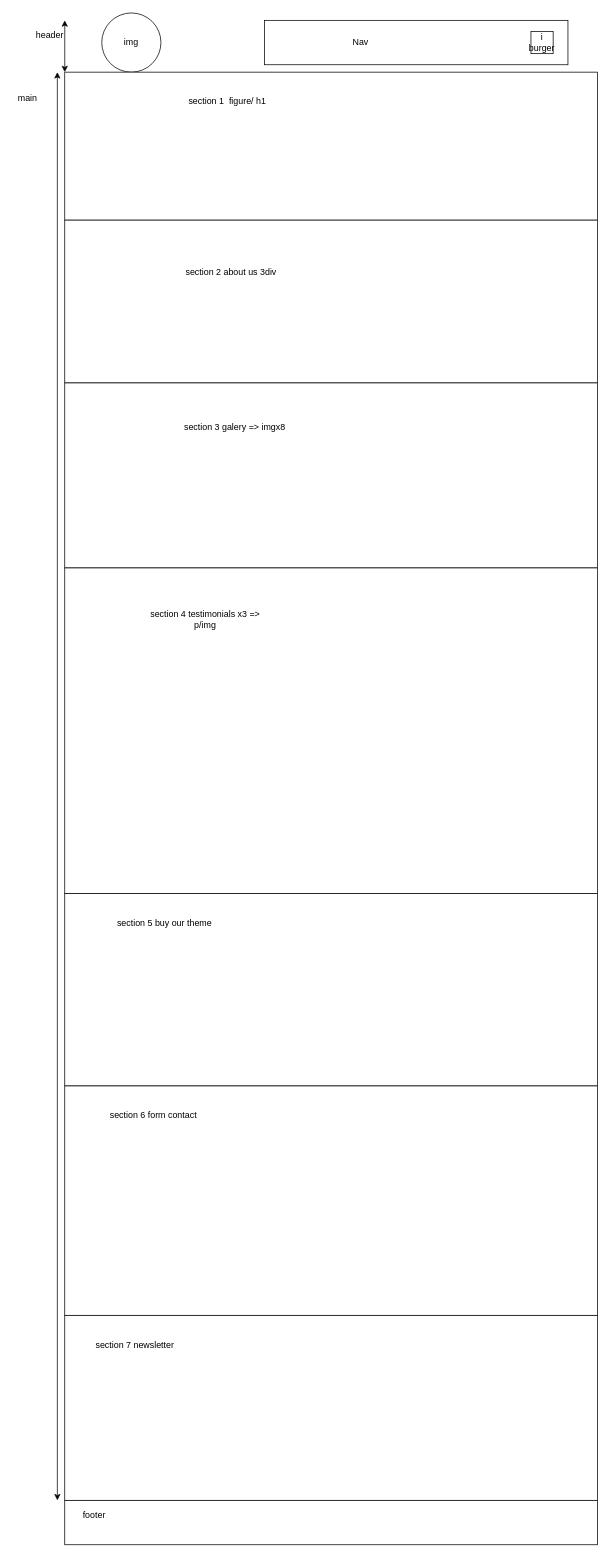
Earlier version of the draw.io diagram Untitled Diagram.drawio (Jaune-Senat/ExoVibes). Source tidied: cells renumbered, new cells numbered last; positions are measured from the earlier drawing's top-left corner, leaving out a move shared by most shapes. Both pictures are drawn from the tidied source at 74%, with x=0, y=0 at pixel (13, 13).
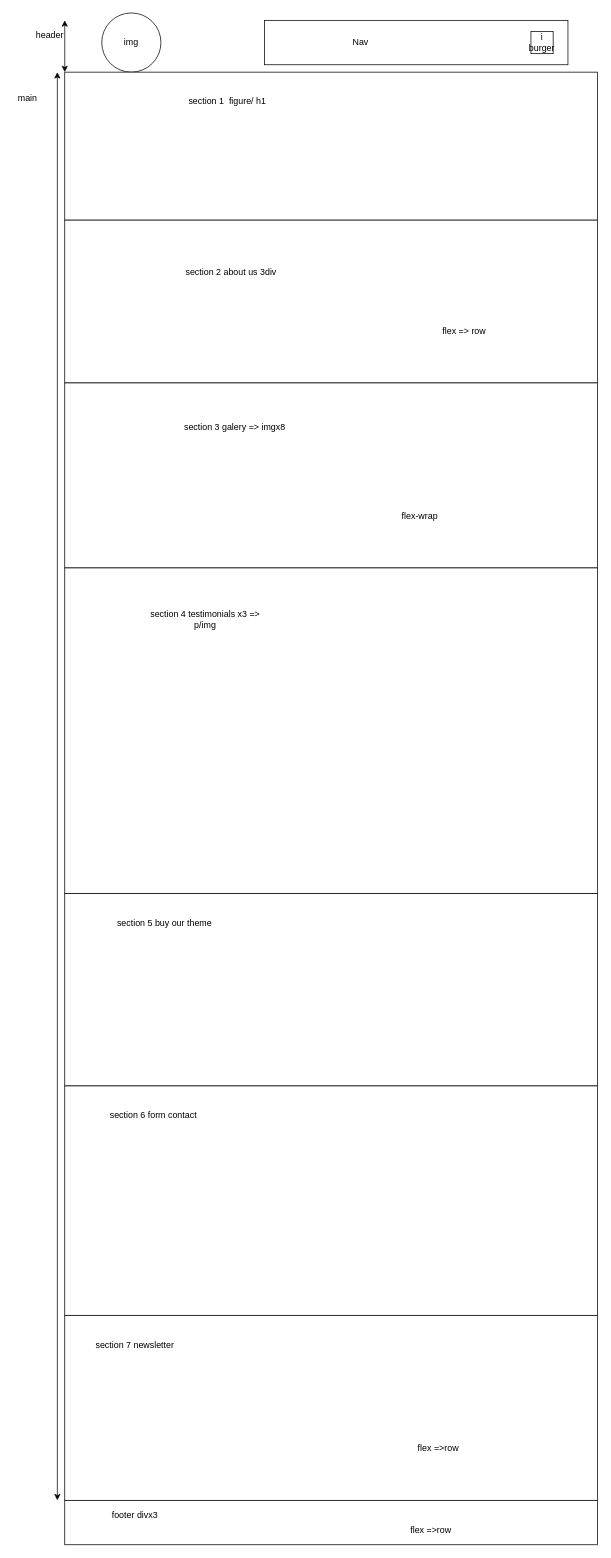
The same page after the edit.

The edit, as a diff of the source:
```diff
@@
-    <mxCell id="20" value="footer" style="text;html=1;strokeColor=none;fillColor=none;align=center;verticalAlign=middle;whiteSpace=wrap;rounded=0;" parent="1" vertex="1">
-      <mxGeometry x="90" y="2020" width="40" height="20" as="geometry" />
+    <mxCell id="20" value="footer divx3" style="text;html=1;strokeColor=none;fillColor=none;align=center;verticalAlign=middle;whiteSpace=wrap;rounded=0;" parent="1" vertex="1">
+      <mxGeometry x="90" y="2020" width="150" height="20" as="geometry" />
     </mxCell>
@@
+    <mxCell id="26" value="&lt;div&gt;flex-wrap&lt;/div&gt;" style="text;html=1;strokeColor=none;fillColor=none;align=center;verticalAlign=middle;whiteSpace=wrap;rounded=0;" parent="1" vertex="1">
+      <mxGeometry x="480" y="670" width="140" height="20" as="geometry" />
+    </mxCell>
+    <mxCell id="27" value="flex =&amp;gt; row" style="text;html=1;strokeColor=none;fillColor=none;align=center;verticalAlign=middle;whiteSpace=wrap;rounded=0;" parent="1" vertex="1">
+      <mxGeometry x="560" y="420" width="100" height="20" as="geometry" />
+    </mxCell>
+    <mxCell id="28" value="flex =&amp;gt;row" style="text;html=1;strokeColor=none;fillColor=none;align=center;verticalAlign=middle;whiteSpace=wrap;rounded=0;" parent="1" vertex="1">
+      <mxGeometry x="490" y="1930" width="170" height="20" as="geometry" />
+    </mxCell>
+    <mxCell id="29" value="flex =&amp;gt;row" style="text;html=1;strokeColor=none;fillColor=none;align=center;verticalAlign=middle;whiteSpace=wrap;rounded=0;" parent="1" vertex="1">
+      <mxGeometry x="480" y="2040" width="170" height="20" as="geometry" />
+    </mxCell>
```
